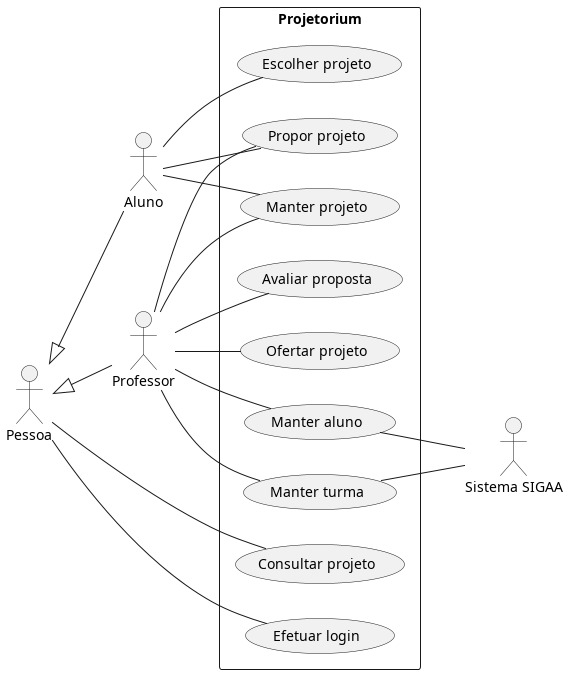
This is diagramas/usecase.png from Pedro-V/projetorium, a PlantUML export, as it was before one commit.
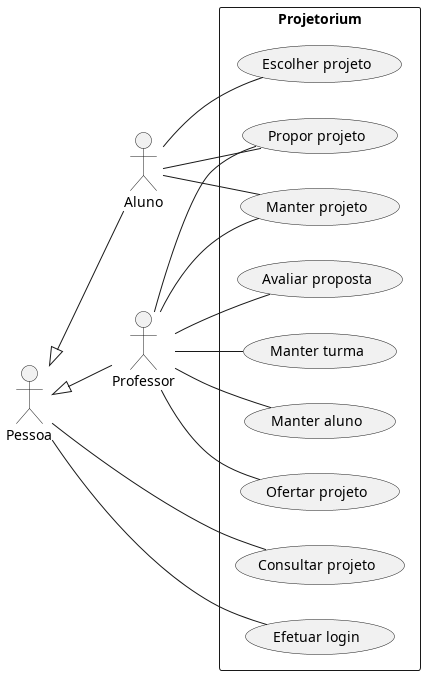
Above is the later version.

Commit message:
Removido ator SIGAA

Change to the diagram source:
```diff
@@ -3,7 +3,6 @@
 :Pessoa: as Pessoa
 :Aluno: as Aluno
 :Professor: as Professor
-:Sistema SIGAA: as SIGAA
 
 Pessoa <|-- Aluno
 Pessoa <|-- Professor
@@ -34,6 +33,4 @@
 Professor -- AvalProp
 Professor -- OfertProj
 
-SIGAA -up- MantTurm
-SIGAA -up- MantAlun
 @enduml
```
